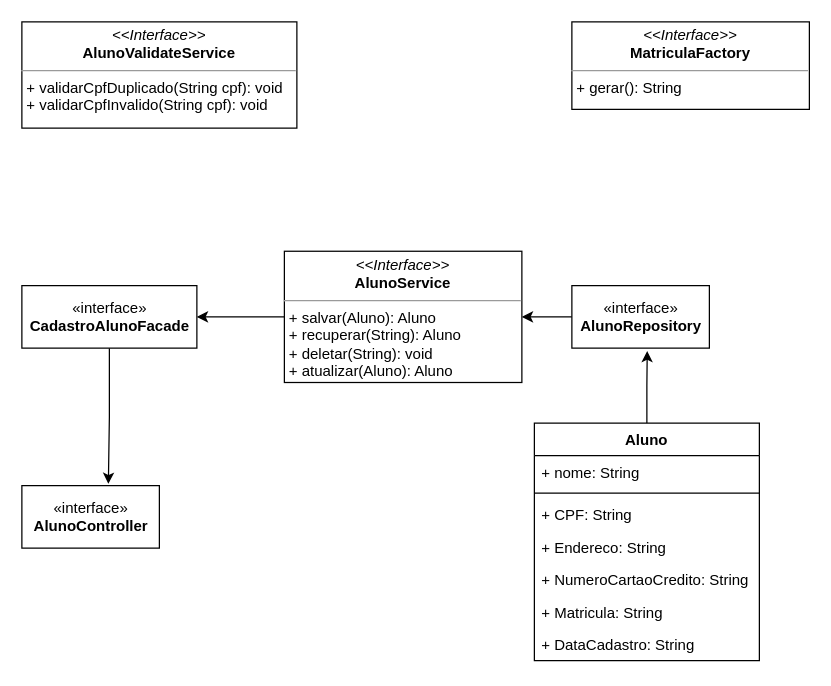
Above: docs/design/cadastrar-aluno.drawio in ronaldofarrapo/rest-api-mongodb (draw.io), before the change. Source tidied: cells renumbered, new cells numbered last; positions are measured from the earlier drawing's top-left corner, leaving out a move shared by most shapes. Both pictures are drawn from the tidied source at 125%, with x=0, y=0 at pixel (21, 21).
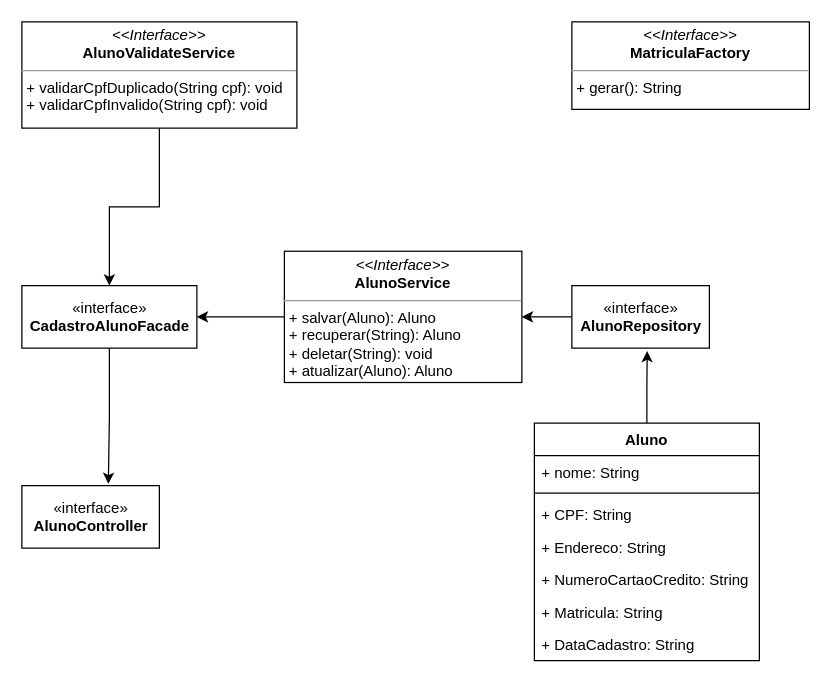
After the change.

Commit message (it also covers changes not shown here):
service de validacao de aluno

Unchanged cells that the change refers to:
```xml
<mxCell id="14" value="«interface»&lt;br&gt;&lt;b&gt;CadastroAlunoFacade&lt;/b&gt;" style="html=1;" parent="1" vertex="1">
  <mxGeometry y="211" width="140" height="50" as="geometry" />
</mxCell>
<mxCell id="19" value="&lt;p style=&quot;margin:0px;margin-top:4px;text-align:center;&quot;&gt;&lt;i&gt;&amp;lt;&amp;lt;Interface&amp;gt;&amp;gt;&lt;/i&gt;&lt;br&gt;&lt;b&gt;AlunoValidateService&lt;/b&gt;&lt;/p&gt;&lt;hr size=&quot;1&quot;&gt;&lt;p style=&quot;margin:0px;margin-left:4px;&quot;&gt;&lt;/p&gt;&lt;p style=&quot;margin:0px;margin-left:4px;&quot;&gt;+ validarCpfDuplicado(String cpf): void&lt;br&gt;+ validarCpfInvalido(String cpf): void&lt;/p&gt;" style="verticalAlign=top;align=left;overflow=fill;fontSize=12;fontFamily=Helvetica;html=1;" parent="1" vertex="1">
  <mxGeometry width="220" height="85" as="geometry" />
</mxCell>
```

Change to the diagram source:
```diff
@@
+    <mxCell id="20" style="edgeStyle=orthogonalEdgeStyle;rounded=0;jettySize=auto;html=1;entryX=0.5;entryY=0;entryDx=0;entryDy=0;" parent="1" edge="1" source="19" target="14">
+      <mxGeometry relative="1" as="geometry" />
+    </mxCell>
```
